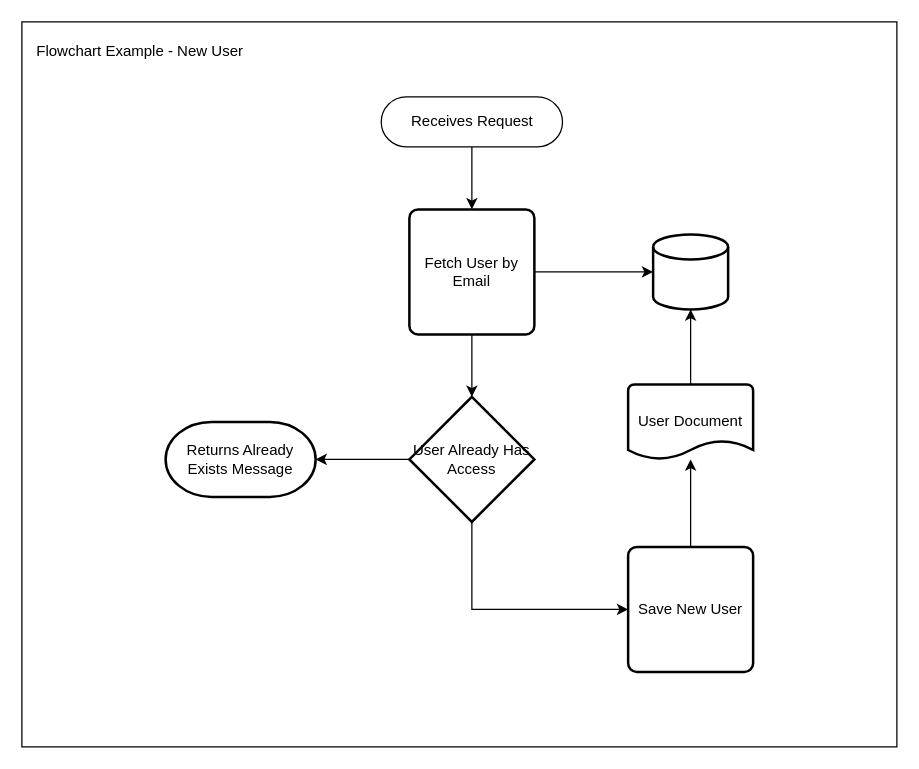
The draw.io diagram page "Flowchart" (2 of 3) of images/software-development-life-cycle-analysis-techniques/Requirements-Analysis.drawio in GabrielSlima/blog, before the edit. Source tidied: cells renumbered, new cells numbered last; positions are measured from the earlier drawing's top-left corner, leaving out a move shared by most shapes. Both pictures are drawn from the tidied source at 125%, with x=0, y=0 at pixel (21, 21).
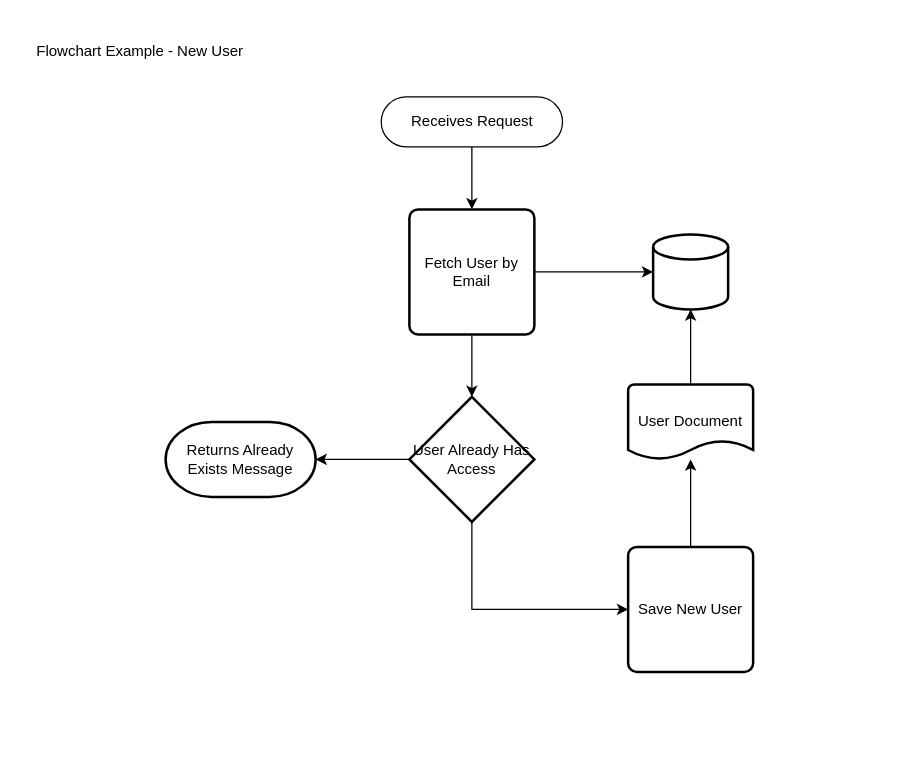
The same page after the edit.

Change to the diagram source:
```diff
@@
 <mxGraphModel>
   <root>
     <mxCell id="0" />
     <mxCell id="1" parent="0" />
-    <mxCell id="2" value="Flowchart Example - New User" style="rounded=0;whiteSpace=wrap;html=1;fillColor=none;align=left;verticalAlign=top;spacingLeft=10;spacingTop=10;" parent="1" vertex="1">
+    <mxCell id="2" value="Flowchart Example - New User" style="rounded=0;whiteSpace=wrap;html=1;fillColor=none;align=left;verticalAlign=top;spacingLeft=10;spacingTop=10;strokeColor=none;" parent="1" vertex="1">
       <mxGeometry width="700" height="580" as="geometry" />
     </mxCell>
     <mxCell id="3" style="edgeStyle=orthogonalEdgeStyle;rounded=0;jettySize=auto;html=1;" parent="1" edge="1" source="4" target="8">
       <mxGeometry relative="1" as="geometry" />
     </mxCell>
     <mxCell id="4" value="Receives Request" style="html=1;dashed=0;whitespace=wrap;shape=mxgraph.dfd.start;fillColor=none;align=center;verticalAlign=middle;" parent="1" vertex="1">
       <mxGeometry x="287.5" y="60" width="145" height="40" as="geometry" />
     </mxCell>
     <mxCell id="5" style="strokeWidth=2;html=1;shape=mxgraph.flowchart.database;whiteSpace=wrap;fillColor=none;align=left;verticalAlign=top;" parent="1" vertex="1">
       <mxGeometry x="505" y="170" width="60" height="60" as="geometry" />
     </mxCell>
     <mxCell id="6" style="edgeStyle=orthogonalEdgeStyle;rounded=0;jettySize=auto;html=1;" parent="1" edge="1" source="8" target="5">
       <mxGeometry relative="1" as="geometry" />
     </mxCell>
     <mxCell id="7" style="edgeStyle=orthogonalEdgeStyle;rounded=0;jettySize=auto;html=1;" parent="1" edge="1" source="8" target="11">
       <mxGeometry relative="1" as="geometry" />
     </mxCell>
     <mxCell id="8" value="Fetch User by Email" style="rounded=1;whiteSpace=wrap;html=1;absoluteArcSize=1;arcSize=14;strokeWidth=2;fillColor=none;align=center;verticalAlign=middle;" parent="1" vertex="1">
       <mxGeometry x="310" y="150" width="100" height="100" as="geometry" />
     </mxCell>
     <mxCell id="9" style="edgeStyle=orthogonalEdgeStyle;rounded=0;jettySize=auto;html=1;" parent="1" edge="1" source="11" target="15">
       <mxGeometry relative="1" as="geometry">
         <Array as="points">
           <mxPoint x="360" y="470" />
         </Array>
       </mxGeometry>
     </mxCell>
     <mxCell id="10" style="edgeStyle=orthogonalEdgeStyle;rounded=0;jettySize=auto;html=1;" parent="1" edge="1" source="11" target="16">
       <mxGeometry relative="1" as="geometry" />
     </mxCell>
     <mxCell id="11" value="User Already Has Access" style="strokeWidth=2;html=1;shape=mxgraph.flowchart.decision;whiteSpace=wrap;fillColor=none;align=center;verticalAlign=middle;" parent="1" vertex="1">
       <mxGeometry x="310" y="300" width="100" height="100" as="geometry" />
     </mxCell>
     <mxCell id="12" style="edgeStyle=orthogonalEdgeStyle;rounded=0;jettySize=auto;html=1;" parent="1" edge="1" source="13" target="5">
       <mxGeometry relative="1" as="geometry" />
     </mxCell>
     <mxCell id="13" value="User Document" style="strokeWidth=2;html=1;shape=mxgraph.flowchart.document2;whiteSpace=wrap;size=0.25;fillColor=none;align=center;verticalAlign=middle;" parent="1" vertex="1">
       <mxGeometry x="485" y="290" width="100" height="60" as="geometry" />
     </mxCell>
     <mxCell id="14" style="edgeStyle=orthogonalEdgeStyle;rounded=0;jettySize=auto;html=1;" parent="1" edge="1" source="15" target="13">
       <mxGeometry relative="1" as="geometry" />
     </mxCell>
     <mxCell id="15" value="Save New User" style="rounded=1;whiteSpace=wrap;html=1;absoluteArcSize=1;arcSize=14;strokeWidth=2;fillColor=none;align=center;verticalAlign=middle;" parent="1" vertex="1">
       <mxGeometry x="485" y="420" width="100" height="100" as="geometry" />
     </mxCell>
     <mxCell id="16" value="Returns Already Exists Message" style="strokeWidth=2;html=1;shape=mxgraph.flowchart.terminator;whiteSpace=wrap;fillColor=none;align=center;verticalAlign=middle;" parent="1" vertex="1">
       <mxGeometry x="115" y="320" width="120" height="60" as="geometry" />
     </mxCell>
   </root>
 </mxGraphModel>
```
